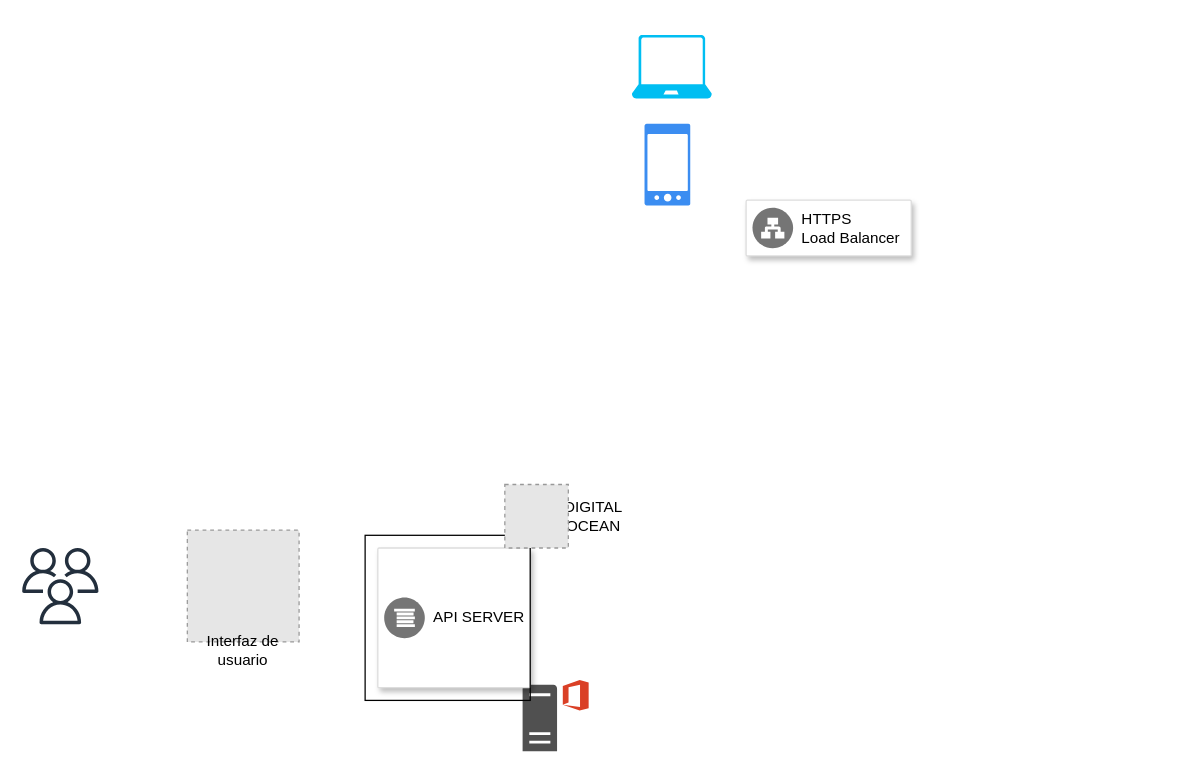
The draw.io diagram Diagrama sin título.drawio in jorgiibe/prueba5, before the edit. Source tidied: cells renumbered, new cells numbered last; positions are measured from the earlier drawing's top-left corner, leaving out a move shared by most shapes. Both pictures are drawn from the tidied source at 127%, with x=0, y=0 at pixel (22, 34). Pictures stored in the file or linked from it are replaced by grey dashed boxes.
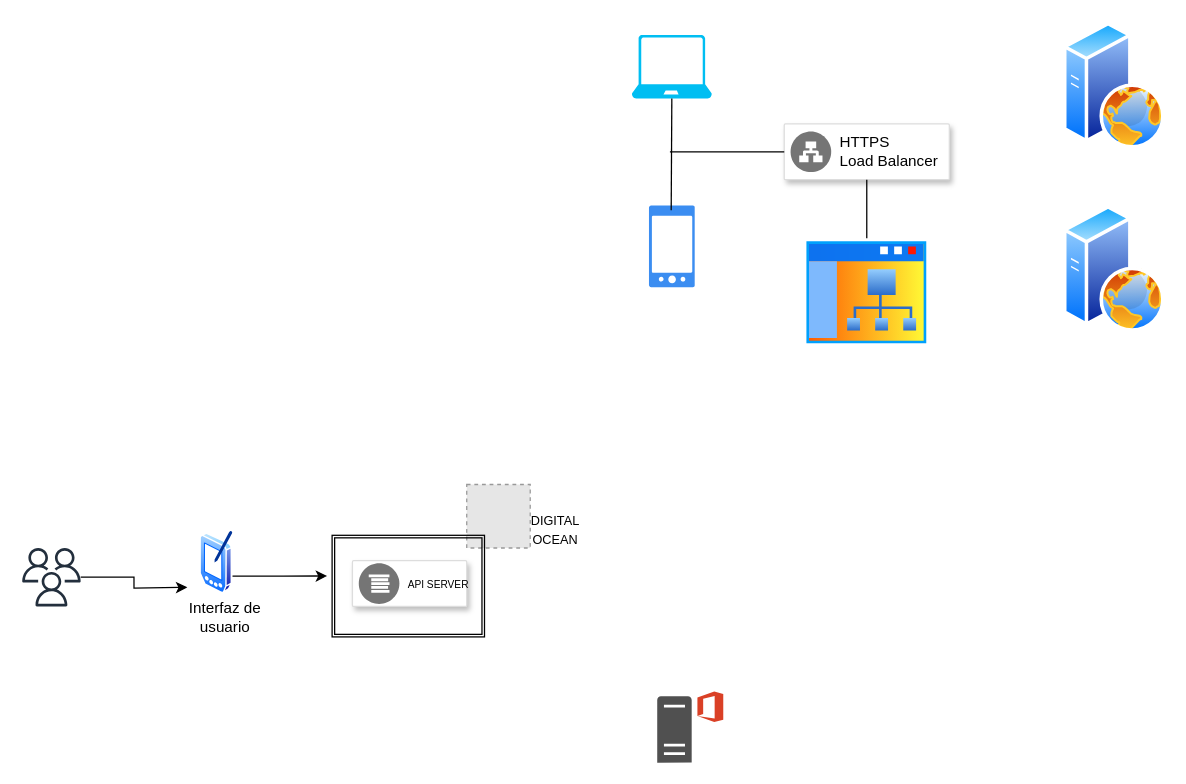
The same page after the edit.

The change refers to these unchanged cells:
```xml
<mxCell id="12" style="verticalLabelPosition=bottom;html=1;verticalAlign=top;align=center;strokeColor=none;fillColor=#00BEF2;shape=mxgraph.azure.laptop;" parent="1" vertex="1">
  <mxGeometry x="480" width="63" height="50" as="geometry" />
</mxCell>
```

What changed in the source:
```diff
@@
     <mxCell id="2" style="sketch=0;outlineConnect=0;fontColor=#232F3E;gradientColor=none;fillColor=#232F3D;strokeColor=none;dashed=0;verticalLabelPosition=bottom;verticalAlign=top;align=center;html=1;fontSize=12;fontStyle=0;shape=mxgraph.aws4.users;" parent="1" vertex="1">
-      <mxGeometry y="404" width="60" height="60" as="geometry" />
+      <mxGeometry y="404" width="46" height="46" as="geometry" />
     </mxCell>
-    <mxCell id="3" style="fillColor=#E6E6E6;strokeColor=#999999;dashed=1;html=1;verticalAlign=top;verticalLabelPosition=bottom;labelBackgroundColor=#ffffff;" parent="1" vertex="1">
-      <mxGeometry x="130" y="390" width="88" height="88" as="geometry" />
-    </mxCell>
     <mxCell id="4" value="Interfaz de usuario" style="text;html=1;strokeColor=none;fillColor=none;align=center;verticalAlign=middle;whiteSpace=wrap;rounded=0;" parent="1" vertex="1">
-      <mxGeometry x="144" y="470" width="60" height="30" as="geometry" />
+      <mxGeometry x="130" y="444" width="60" height="30" as="geometry" />
     </mxCell>
     <mxCell id="5" style="sketch=0;shadow=0;dashed=0;html=1;strokeColor=none;fillColor=#505050;labelPosition=center;verticalLabelPosition=bottom;verticalAlign=top;align=center;shape=mxgraph.office.servers.office_web_apps_server;" parent="1" vertex="1">
-      <mxGeometry x="394" y="508" width="52" height="56" as="geometry" />
+      <mxGeometry x="500" y="517" width="52" height="56" as="geometry" />
     </mxCell>
-    <mxCell id="6" style="strokeColor=#dddddd;shadow=1;strokeWidth=1;rounded=1;absoluteArcSize=1;arcSize=2;" parent="1" vertex="1">
-      <mxGeometry x="280" y="404" width="120" height="110" as="geometry" />
-    </mxCell>
-    <mxCell id="7" value="API SERVER" style="sketch=0;dashed=0;html=1;fillColor=#757575;strokeColor=none;shape=mxgraph.gcp2.logs_api;labelPosition=right;verticalLabelPosition=middle;align=left;verticalAlign=middle;spacingLeft=5;fontSize=12;" parent="6" vertex="1">
-      <mxGeometry y="0.5" width="32" height="32" relative="1" as="geometry">
-        <mxPoint x="5" y="-16" as="offset" />
-      </mxGeometry>
-    </mxCell>
-    <mxCell id="8" style="whiteSpace=wrap;html=1;fillColor=none;" parent="6" vertex="1">
-      <mxGeometry x="-10" y="-10" width="130" height="130" as="geometry" />
-    </mxCell>
-    <mxCell id="9" value="DIGITAL OCEAN" style="text;html=1;strokeColor=none;fillColor=none;align=center;verticalAlign=middle;whiteSpace=wrap;rounded=0;" parent="1" vertex="1">
-      <mxGeometry x="420" y="364" width="60" height="30" as="geometry" />
+    <mxCell id="9" value="&lt;font style=&quot;font-size: 10px;&quot;&gt;DIGITAL OCEAN&lt;/font&gt;" style="text;html=1;strokeColor=none;fillColor=none;align=center;verticalAlign=middle;whiteSpace=wrap;rounded=0;" parent="1" vertex="1">
+      <mxGeometry x="390" y="374" width="60" height="30" as="geometry" />
     </mxCell>
     <mxCell id="10" style="fillColor=#E6E6E6;strokeColor=#999999;dashed=1;html=1;verticalAlign=top;verticalLabelPosition=bottom;labelBackgroundColor=#ffffff;" parent="1" vertex="1">
-      <mxGeometry x="380" y="354" width="50" height="50" as="geometry" />
+      <mxGeometry x="350" y="354" width="50" height="50" as="geometry" />
     </mxCell>
+    <mxCell id="15" style="image;perimeter=ellipsePerimeter;html=1;align=center;shadow=0;dashed=0;spacingTop=3;image=img/lib/active_directory/pda.svg;" parent="1" vertex="1">
+      <mxGeometry x="140" y="390" width="27" height="50" as="geometry" />
+    </mxCell>
     <mxCell id="11" style="sketch=0;html=1;strokeColor=none;shadow=0;fillColor=#3B8DF1;verticalAlign=top;labelPosition=center;verticalLabelPosition=bottom;shape=mxgraph.gcp2.phone_android;" parent="1" vertex="1">
-      <mxGeometry x="490" y="70" width="36" height="64.3" as="geometry" />
+      <mxGeometry x="493.5" y="134.3" width="36" height="64.3" as="geometry" />
     </mxCell>
+    <mxCell id="16" style="strokeColor=#dddddd;shadow=1;strokeWidth=1;rounded=1;absoluteArcSize=1;arcSize=2;" parent="1" vertex="1">
+      <mxGeometry x="260" y="414" width="90" height="36" as="geometry" />
+    </mxCell>
+    <mxCell id="7" value="&lt;font style=&quot;font-size: 8px;&quot;&gt;API SERVER&lt;/font&gt;" style="sketch=0;dashed=0;html=1;fillColor=#757575;strokeColor=none;shape=mxgraph.gcp2.logs_api;labelPosition=right;verticalLabelPosition=middle;align=left;verticalAlign=middle;spacingLeft=5;fontSize=12;" parent="16" vertex="1">
+      <mxGeometry y="0.5" width="32" height="32" relative="1" as="geometry">
+        <mxPoint x="5" y="-16" as="offset" />
+      </mxGeometry>
+    </mxCell>
@@
+    <mxCell id="17" style="shape=ext;double=1;rounded=0;whiteSpace=wrap;html=1;fillColor=none;" parent="1" vertex="1">
+      <mxGeometry x="244" y="394" width="120" height="80" as="geometry" />
+    </mxCell>
     <mxCell id="13" style="strokeColor=#dddddd;shadow=1;strokeWidth=1;rounded=1;absoluteArcSize=1;arcSize=2;" parent="1" vertex="1">
-      <mxGeometry x="570" y="130" width="130" height="44" as="geometry" />
+      <mxGeometry x="600" y="70" width="130" height="44" as="geometry" />
     </mxCell>
@@
+    <mxCell id="18" style="image;perimeter=ellipsePerimeter;html=1;align=center;shadow=0;dashed=0;spacingTop=3;image=img/lib/active_directory/sub_site.svg;" parent="1" vertex="1">
+      <mxGeometry x="615" y="160" width="100" height="86" as="geometry" />
+    </mxCell>
+    <mxCell id="19" style="edgeStyle=orthogonalEdgeStyle;rounded=0;jettySize=auto;html=1;exitX=1;exitY=0.75;exitDx=0;exitDy=0;entryX=-0.033;entryY=0.4;entryDx=0;entryDy=0;entryPerimeter=0;" parent="1" edge="1" source="15" target="17">
+      <mxGeometry relative="1" as="geometry" />
+    </mxCell>
+    <mxCell id="20" style="endArrow=none;html=1;rounded=0;entryX=0;entryY=0.5;entryDx=0;entryDy=0;" parent="1" edge="1" target="13">
+      <mxGeometry relative="1" as="geometry">
+        <mxPoint x="510" y="92" as="sourcePoint" />
+      </mxGeometry>
+    </mxCell>
+    <mxCell id="21" style="edgeStyle=orthogonalEdgeStyle;rounded=0;jettySize=auto;html=1;entryX=0;entryY=0.75;entryDx=0;entryDy=0;" parent="1" edge="1" source="2">
+      <mxGeometry relative="1" as="geometry">
+        <mxPoint x="130" y="435" as="targetPoint" />
+      </mxGeometry>
+    </mxCell>
+    <mxCell id="22" style="endArrow=none;html=1;rounded=0;entryX=0.5;entryY=1;entryDx=0;entryDy=0;entryPerimeter=0;exitX=0.486;exitY=0.058;exitDx=0;exitDy=0;exitPerimeter=0;" parent="1" edge="1" source="11" target="12">
+      <mxGeometry relative="1" as="geometry" />
+    </mxCell>
+    <mxCell id="23" style="endArrow=none;html=1;rounded=0;" parent="1" edge="1" source="18" target="13">
+      <mxGeometry relative="1" as="geometry" />
+    </mxCell>
+    <mxCell id="24" style="image;perimeter=ellipsePerimeter;html=1;align=center;shadow=0;dashed=0;spacingTop=3;image=img/lib/active_directory/web_server.svg;" parent="1" vertex="1">
+      <mxGeometry x="820" y="-10" width="80" height="100" as="geometry" />
+    </mxCell>
+    <mxCell id="25" style="image;perimeter=ellipsePerimeter;html=1;align=center;shadow=0;dashed=0;spacingTop=3;image=img/lib/active_directory/web_server.svg;" parent="1" vertex="1">
+      <mxGeometry x="820" y="134.3" width="80" height="100" as="geometry" />
+    </mxCell>
```
